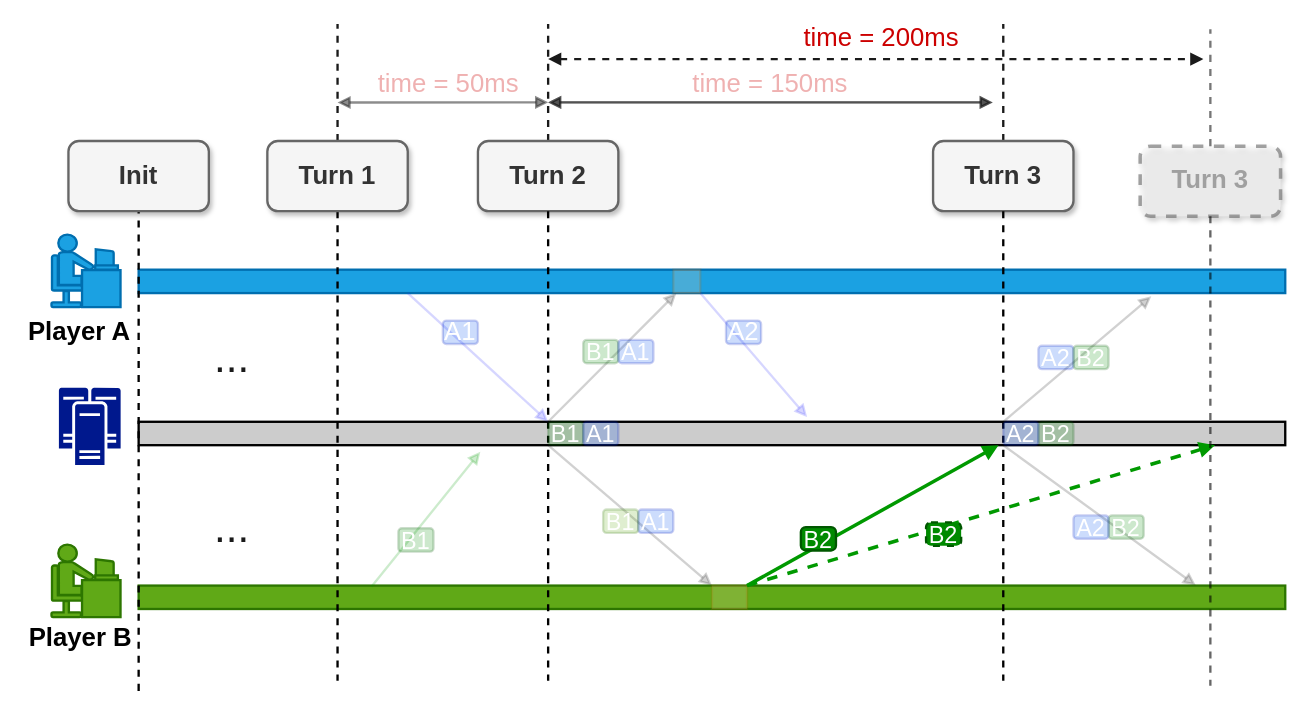
Before: page "确定性帧同步 的副本" (17 of 51) of booming/Booming ypwangv9.0 final new 104ppt-17.drawio in yrdimple/flowChart, a draw.io diagram. Source tidied: cells renumbered, new cells numbered last; positions are measured from the earlier drawing's top-left corner, leaving out a move shared by most shapes. Both pictures are drawn from the tidied source at 117%, with x=0, y=0 at pixel (20, 20).
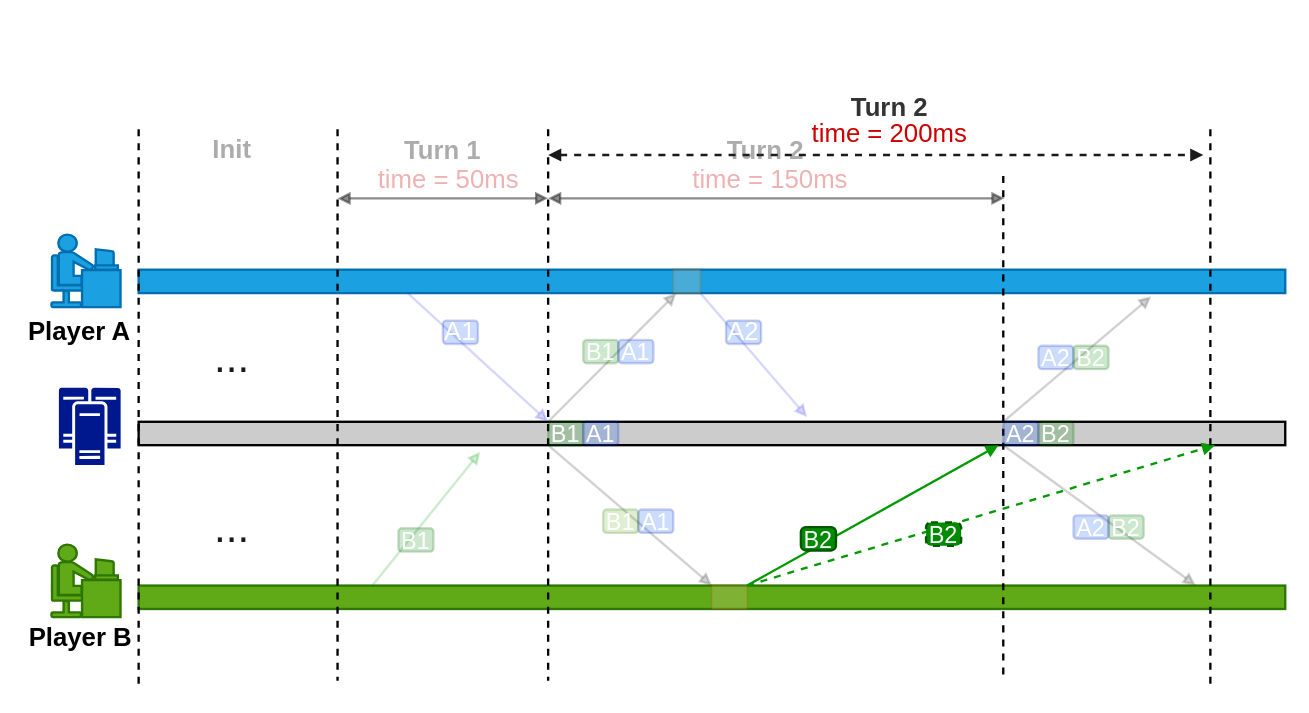
The same page after the edit.

Unchanged cells that the change refers to:
```xml
<mxCell id="2" style="rounded=0;whiteSpace=wrap;html=1;fillColor=#CCCCCC;strokeWidth=2;" parent="1" vertex="1">
  <mxGeometry x="101" y="343" width="980" height="20" as="geometry" />
</mxCell>
```

What changed in the source:
```diff
@@
     <mxCell id="5" style="edgeStyle=none;rounded=0;orthogonalLoop=1;jettySize=auto;html=1;dashed=1;endArrow=none;endFill=0;strokeWidth=2;" parent="1" edge="1">
       <mxGeometry relative="1" as="geometry">
-        <mxPoint x="101" y="123" as="sourcePoint" />
+        <mxPoint x="101" y="93" as="sourcePoint" />
         <mxPoint x="101" y="573" as="targetPoint" />
       </mxGeometry>
     </mxCell>
-    <mxCell id="6" style="edgeStyle=orthogonalEdgeStyle;rounded=0;jettySize=auto;html=1;dashed=1;endArrow=none;endFill=0;strokeWidth=2;" parent="1" edge="1" source="8">
+    <mxCell id="6" style="edgeStyle=orthogonalEdgeStyle;rounded=0;orthogonalLoop=1;jettySize=auto;html=1;dashed=1;endArrow=none;endFill=0;strokeWidth=2;" parent="1" edge="1">
       <mxGeometry relative="1" as="geometry">
+        <mxPoint x="271" y="93" as="sourcePoint" />
         <mxPoint x="271" y="564.3" as="targetPoint" />
       </mxGeometry>
     </mxCell>
-    <mxCell id="7" style="edgeStyle=none;rounded=0;jettySize=auto;html=1;dashed=1;fontSize=22;fontColor=#CC0000;endArrow=none;endFill=0;strokeColor=#1A1A1A;strokeWidth=2;" parent="1" edge="1" source="8">
-      <mxGeometry relative="1" as="geometry">
-        <mxPoint x="271" y="3" as="targetPoint" />
-      </mxGeometry>
-    </mxCell>
-    <mxCell id="8" value="Turn 1" style="rounded=1;whiteSpace=wrap;html=1;fontSize=22;fillColor=#f5f5f5;strokeColor=#666666;fontColor=#333333;shadow=1;sketch=0;glass=0;fontStyle=1;strokeWidth=2;" parent="1" vertex="1">
-      <mxGeometry x="211" y="103" width="120" height="60" as="geometry" />
-    </mxCell>
-    <mxCell id="9" style="edgeStyle=none;rounded=0;jettySize=auto;html=1;exitX=0.5;exitY=0;exitDx=0;exitDy=0;dashed=1;fontSize=22;fontColor=#CC0000;endArrow=none;endFill=0;strokeColor=#1A1A1A;strokeWidth=2;" parent="1" edge="1" source="10">
-      <mxGeometry relative="1" as="geometry">
-        <mxPoint x="451" y="3" as="targetPoint" />
-      </mxGeometry>
-    </mxCell>
-    <mxCell id="10" value="Turn 2" style="rounded=1;whiteSpace=wrap;html=1;fontSize=22;fillColor=#f5f5f5;strokeColor=#666666;fontColor=#333333;shadow=1;sketch=0;glass=0;fontStyle=1;strokeWidth=2;" parent="1" vertex="1">
-      <mxGeometry x="391" y="103" width="120" height="60" as="geometry" />
-    </mxCell>
-    <mxCell id="11" style="edgeStyle=orthogonalEdgeStyle;rounded=0;jettySize=auto;html=1;dashed=1;endArrow=none;endFill=0;strokeWidth=2;" parent="1" edge="1" source="10">
+    <mxCell id="11" style="edgeStyle=orthogonalEdgeStyle;rounded=0;orthogonalLoop=1;jettySize=auto;html=1;dashed=1;endArrow=none;endFill=0;strokeWidth=2;" parent="1" edge="1">
       <mxGeometry relative="1" as="geometry">
+        <mxPoint x="451" y="93" as="sourcePoint" />
         <mxPoint x="451" y="564.3" as="targetPoint" />
       </mxGeometry>
     </mxCell>
-    <mxCell id="12" style="edgeStyle=none;rounded=0;jettySize=auto;html=1;dashed=1;fontSize=22;fontColor=#CC0000;endArrow=none;endFill=0;strokeColor=#1A1A1A;strokeWidth=2;" parent="1" edge="1" source="13">
-      <mxGeometry relative="1" as="geometry">
-        <mxPoint x="840" y="3" as="targetPoint" />
-      </mxGeometry>
-    </mxCell>
-    <mxCell id="13" value="Turn 3" style="rounded=1;whiteSpace=wrap;html=1;fontSize=22;fillColor=#f5f5f5;strokeColor=#666666;fontColor=#333333;shadow=1;sketch=0;glass=0;fontStyle=1;strokeWidth=2;" parent="1" vertex="1">
-      <mxGeometry x="780" y="103" width="120" height="60" as="geometry" />
-    </mxCell>
-    <mxCell id="14" style="edgeStyle=orthogonalEdgeStyle;rounded=0;jettySize=auto;html=1;dashed=1;endArrow=none;endFill=0;strokeWidth=2;" parent="1" edge="1" source="13">
+    <mxCell id="14" style="edgeStyle=orthogonalEdgeStyle;rounded=0;orthogonalLoop=1;jettySize=auto;html=1;dashed=1;endArrow=none;endFill=0;strokeWidth=2;" parent="1" edge="1">
       <mxGeometry relative="1" as="geometry">
+        <mxPoint x="840" y="133" as="sourcePoint" />
         <mxPoint x="840" y="564.3" as="targetPoint" />
       </mxGeometry>
     </mxCell>
@@
-    <mxCell id="20" style="endArrow=block;html=1;rounded=0;strokeWidth=3;fillColor=#f8cecc;strokeColor=#009900;fontColor=#009900;endFill=1;fontSize=20;entryX=0.75;entryY=1;entryDx=0;entryDy=0;" parent="1" edge="1" target="2">
+    <mxCell id="20" style="endArrow=block;html=1;rounded=0;strokeWidth=2;fillColor=#f8cecc;strokeColor=#009900;fontColor=#009900;endFill=1;fontSize=20;entryX=0.75;entryY=1;entryDx=0;entryDy=0;" parent="1" edge="1" target="2">
       <mxGeometry relative="1" as="geometry">
         <mxPoint x="621" y="483" as="sourcePoint" />
       </mxGeometry>
     </mxCell>
@@
-    <mxCell id="23" value="Init" style="rounded=1;whiteSpace=wrap;html=1;fontSize=22;fillColor=#f5f5f5;strokeColor=#666666;fontColor=#333333;shadow=1;sketch=0;glass=0;fontStyle=1;strokeWidth=2;" parent="1" vertex="1">
-      <mxGeometry x="41" y="103" width="120" height="60" as="geometry" />
-    </mxCell>
     <mxCell id="24" style="endArrow=block;startArrow=block;html=1;rounded=0;fontSize=22;fontColor=#CC0000;strokeColor=#1A1A1A;strokeWidth=2;endFill=1;startFill=1;fontStyle=0;textOpacity=30;opacity=50;" parent="1" edge="1">
       <mxGeometry relative="1" as="geometry">
-        <mxPoint x="451" y="70" as="sourcePoint" />
-        <mxPoint x="831" y="70" as="targetPoint" />
+        <mxPoint x="451" y="152" as="sourcePoint" />
+        <mxPoint x="841" y="152" as="targetPoint" />
       </mxGeometry>
     </mxCell>
     <mxCell id="25" value="time = 50ms" style="text;html=1;strokeColor=none;fillColor=none;align=center;verticalAlign=middle;whiteSpace=wrap;rounded=0;fontSize=22;fontColor=#CC0000;strokeWidth=2;fontStyle=0;textOpacity=30;opacity=50;" parent="1" vertex="1">
-      <mxGeometry x="301" y="40" width="130" height="30" as="geometry" />
+      <mxGeometry x="301" y="122" width="130" height="30" as="geometry" />
     </mxCell>
     <mxCell id="26" value="time = 150ms" style="text;html=1;strokeColor=none;fillColor=none;align=center;verticalAlign=middle;whiteSpace=wrap;rounded=0;fontSize=22;fontColor=#CC0000;strokeWidth=2;fontStyle=0;textOpacity=30;opacity=50;" parent="1" vertex="1">
-      <mxGeometry x="531" y="40" width="220" height="30" as="geometry" />
+      <mxGeometry x="531" y="122" width="220" height="30" as="geometry" />
     </mxCell>
@@
-    <mxCell id="52" style="endArrow=block;html=1;rounded=0;strokeWidth=3;fillColor=#f8cecc;strokeColor=#009900;fontColor=#009900;endFill=1;fontSize=20;dashed=1;" parent="1" edge="1">
+    <mxCell id="52" style="endArrow=block;html=1;rounded=0;strokeWidth=2;fillColor=#f8cecc;strokeColor=#009900;fontColor=#009900;endFill=1;fontSize=20;dashed=1;" parent="1" edge="1">
       <mxGeometry relative="1" as="geometry">
         <mxPoint x="621" y="483" as="sourcePoint" />
         <mxPoint x="1021" y="363" as="targetPoint" />
       </mxGeometry>
     </mxCell>
@@
-    <mxCell id="54" value="Turn 3" style="rounded=1;whiteSpace=wrap;html=1;fontSize=22;fillColor=#f5f5f5;strokeColor=#666666;fontColor=#333333;shadow=1;sketch=0;glass=0;fontStyle=1;dashed=1;opacity=60;textOpacity=40;strokeWidth=3;" parent="1" vertex="1">
-      <mxGeometry x="957" y="107.4" width="120" height="60" as="geometry" />
-    </mxCell>
-    <mxCell id="55" style="edgeStyle=none;rounded=0;jettySize=auto;html=1;dashed=1;fontSize=22;fontColor=#CC0000;endArrow=none;endFill=0;strokeColor=#1A1A1A;strokeWidth=2;opacity=60;" parent="1" edge="1" source="54">
-      <mxGeometry relative="1" as="geometry">
-        <mxPoint x="1017" y="7.4" as="targetPoint" />
-      </mxGeometry>
-    </mxCell>
-    <mxCell id="56" style="edgeStyle=orthogonalEdgeStyle;rounded=0;jettySize=auto;html=1;dashed=1;endArrow=none;endFill=0;strokeWidth=2;opacity=60;" parent="1" edge="1" source="54">
+    <mxCell id="56" style="edgeStyle=orthogonalEdgeStyle;rounded=0;orthogonalLoop=1;jettySize=auto;html=1;dashed=1;endArrow=none;endFill=0;strokeWidth=2;" parent="1" edge="1">
       <mxGeometry relative="1" as="geometry">
+        <mxPoint x="1017" y="93" as="sourcePoint" />
         <mxPoint x="1017" y="568.6" as="targetPoint" />
       </mxGeometry>
     </mxCell>
     <mxCell id="57" style="endArrow=block;startArrow=block;html=1;rounded=0;fontSize=22;fontColor=#CC0000;strokeColor=#1A1A1A;strokeWidth=2;endFill=1;startFill=1;dashed=1;" parent="1" edge="1">
       <mxGeometry relative="1" as="geometry">
-        <mxPoint x="451" y="33" as="sourcePoint" />
-        <mxPoint x="1011" y="33" as="targetPoint" />
+        <mxPoint x="451" y="115" as="sourcePoint" />
+        <mxPoint x="1011" y="115" as="targetPoint" />
       </mxGeometry>
     </mxCell>
     <mxCell id="58" value="time = 200ms" style="text;html=1;strokeColor=none;fillColor=none;align=center;verticalAlign=middle;whiteSpace=wrap;rounded=0;fontSize=22;fontColor=#CC0000;strokeWidth=2;" parent="1" vertex="1">
-      <mxGeometry x="626" width="220" height="30" as="geometry" />
+      <mxGeometry x="633" y="82" width="220" height="30" as="geometry" />
     </mxCell>
-    <mxCell id="59" style="endArrow=block;startArrow=block;html=1;rounded=0;fontSize=22;fontColor=#CC0000;strokeColor=#1A1A1A;strokeWidth=2;endFill=1;startFill=1;fontStyle=0;textOpacity=30;opacity=50;" parent="1" edge="1">
-      <mxGeometry relative="1" as="geometry">
-        <mxPoint x="451" y="70" as="sourcePoint" />
-        <mxPoint x="831" y="70" as="targetPoint" />
-      </mxGeometry>
-    </mxCell>
     <mxCell id="60" style="endArrow=block;startArrow=block;html=1;rounded=0;fontSize=22;fontColor=#CC0000;strokeColor=#1A1A1A;strokeWidth=2;endFill=1;startFill=1;fontStyle=0;textOpacity=30;opacity=50;" parent="1" edge="1">
       <mxGeometry relative="1" as="geometry">
-        <mxPoint x="271" y="70.1" as="sourcePoint" />
-        <mxPoint x="451" y="70" as="targetPoint" />
+        <mxPoint x="271" y="152.1" as="sourcePoint" />
+        <mxPoint x="451" y="152" as="targetPoint" />
       </mxGeometry>
     </mxCell>
+    <mxCell id="8" value="Turn 1" style="rounded=1;whiteSpace=wrap;html=1;fontSize=22;fillColor=none;strokeColor=none;fontColor=#333333;shadow=1;sketch=0;glass=0;fontStyle=1;opacity=20;textOpacity=40;strokeWidth=2;" parent="1" vertex="1">
+      <mxGeometry x="301" y="82" width="120" height="60" as="geometry" />
+    </mxCell>
+    <mxCell id="61" value="Turn 2" style="rounded=1;whiteSpace=wrap;html=1;fontSize=22;fillColor=none;strokeColor=none;fontColor=#333333;shadow=1;sketch=0;glass=0;fontStyle=1;textOpacity=40;strokeWidth=2;" parent="1" vertex="1">
+      <mxGeometry x="577" y="82" width="120" height="60" as="geometry" />
+    </mxCell>
+    <mxCell id="62" value="Turn 2" style="rounded=1;whiteSpace=wrap;html=1;fontSize=22;fillColor=none;strokeColor=none;fontColor=#333333;shadow=1;sketch=0;glass=0;fontStyle=1;strokeWidth=2;" parent="1" vertex="1">
+      <mxGeometry x="683" y="45" width="120" height="60" as="geometry" />
+    </mxCell>
+    <mxCell id="23" value="Init" style="rounded=1;whiteSpace=wrap;html=1;fontSize=22;fillColor=none;strokeColor=none;fontColor=#333333;shadow=1;sketch=0;glass=0;fontStyle=1;strokeWidth=2;opacity=40;textOpacity=40;" parent="1" vertex="1">
+      <mxGeometry x="121" y="81" width="120" height="60" as="geometry" />
+    </mxCell>
```
